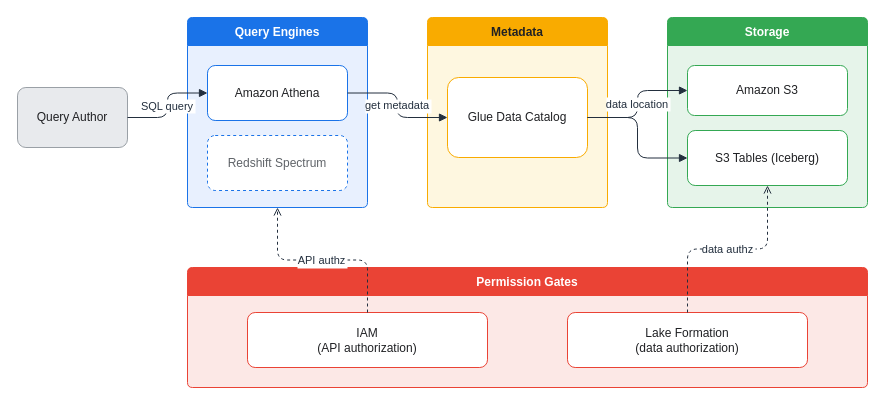
The draw.io diagram assets/img/aws/analytics-stack-04-overview.drawio in KKamJi98/kkamji98.github.io, before the edit. Source tidied: cells renumbered, new cells numbered last; positions are measured from the earlier drawing's top-left corner, leaving out a move shared by most shapes. Both pictures are drawn from the tidied source at 100%, with x=0, y=0 at pixel (17, 17).
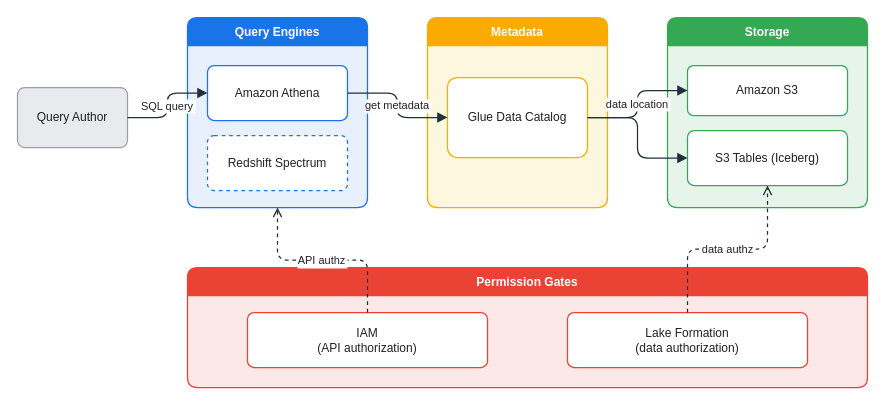
Above is the later version.

The edit, as a diff of the source:
```diff
@@
-<mxGraphModel>
+<mxGraphModel background="#FFFFFF">
   <root>
     <mxCell id="0" />
     <mxCell id="1" parent="0" />
-    <mxCell id="2" value="Query Author" style="rounded=1;whiteSpace=wrap;html=0;arcSize=14;shadow=0;fillColor=#E8EAED;strokeColor=#9AA0A6;fontColor=#202124;" parent="1" vertex="1">
+    <mxCell id="2" value="Query Author" style="rounded=1;whiteSpace=wrap;html=0;arcSize=12;shadow=0;fillColor=#E8EAED;strokeColor=#9AA0A6;fontColor=#202124;strokeWidth=1.25;" parent="1" vertex="1">
       <mxGeometry y="70" width="110" height="60" as="geometry" />
     </mxCell>
-    <mxCell id="3" value="Query Engines" style="swimlane;rounded=1;arcSize=6;html=0;fillColor=#1A73E8;fontColor=#FFFFFF;swimlaneFillColor=#E8F0FE;strokeColor=#1A73E8;startSize=28;shadow=0;fontStyle=1;" parent="1" vertex="1">
+    <mxCell id="3" value="Query Engines" style="swimlane;rounded=1;arcSize=12;html=0;fillColor=#1A73E8;fontColor=#FFFFFF;swimlaneFillColor=#E8F0FE;strokeColor=#1A73E8;startSize=28;shadow=0;fontStyle=1;strokeWidth=1.25;" parent="1" vertex="1">
       <mxGeometry x="170" width="180" height="190" as="geometry" />
     </mxCell>
-    <mxCell id="4" value="Amazon Athena" style="rounded=1;whiteSpace=wrap;html=0;arcSize=14;fillColor=#FFFFFF;strokeColor=#1A73E8;fontColor=#202124;" parent="3" vertex="1">
+    <mxCell id="4" value="Amazon Athena" style="rounded=1;whiteSpace=wrap;html=0;arcSize=12;fillColor=#FFFFFF;strokeColor=#1A73E8;fontColor=#202124;strokeWidth=1.25;" parent="3" vertex="1">
       <mxGeometry x="20" y="48" width="140" height="55" as="geometry" />
     </mxCell>
-    <mxCell id="5" value="Redshift Spectrum" style="rounded=1;whiteSpace=wrap;html=0;arcSize=14;fillColor=#FFFFFF;strokeColor=#1A73E8;fontColor=#5F6368;dashed=1;" parent="3" vertex="1">
+    <mxCell id="5" value="Redshift Spectrum" style="rounded=1;whiteSpace=wrap;html=0;arcSize=12;fillColor=#FFFFFF;strokeColor=#1A73E8;fontColor=#202124;dashed=1;strokeWidth=1.25;" parent="3" vertex="1">
       <mxGeometry x="20" y="118" width="140" height="55" as="geometry" />
     </mxCell>
-    <mxCell id="6" value="Metadata" style="swimlane;rounded=1;arcSize=6;html=0;fillColor=#F9AB00;fontColor=#202124;swimlaneFillColor=#FEF7E0;strokeColor=#F9AB00;startSize=28;shadow=0;fontStyle=1;" parent="1" vertex="1">
+    <mxCell id="6" value="Metadata" style="swimlane;rounded=1;arcSize=12;html=0;fillColor=#F9AB00;fontColor=#FFFFFF;swimlaneFillColor=#FEF7E0;strokeColor=#F9AB00;startSize=28;shadow=0;fontStyle=1;strokeWidth=1.25;" parent="1" vertex="1">
       <mxGeometry x="410" width="180" height="190" as="geometry" />
     </mxCell>
-    <mxCell id="7" value="Glue Data Catalog" style="rounded=1;whiteSpace=wrap;html=0;arcSize=14;fillColor=#FFFFFF;strokeColor=#F9AB00;fontColor=#202124;" parent="6" vertex="1">
+    <mxCell id="7" value="Glue Data Catalog" style="rounded=1;whiteSpace=wrap;html=0;arcSize=12;fillColor=#FFFFFF;strokeColor=#F9AB00;fontColor=#202124;strokeWidth=1.25;" parent="6" vertex="1">
       <mxGeometry x="20" y="60" width="140" height="80" as="geometry" />
     </mxCell>
-    <mxCell id="8" value="Storage" style="swimlane;rounded=1;arcSize=6;html=0;fillColor=#34A853;fontColor=#FFFFFF;swimlaneFillColor=#E6F4EA;strokeColor=#34A853;startSize=28;shadow=0;fontStyle=1;" parent="1" vertex="1">
+    <mxCell id="8" value="Storage" style="swimlane;rounded=1;arcSize=12;html=0;fillColor=#34A853;fontColor=#FFFFFF;swimlaneFillColor=#E6F4EA;strokeColor=#34A853;startSize=28;shadow=0;fontStyle=1;strokeWidth=1.25;" parent="1" vertex="1">
       <mxGeometry x="650" width="200" height="190" as="geometry" />
     </mxCell>
-    <mxCell id="9" value="Amazon S3" style="rounded=1;whiteSpace=wrap;html=0;arcSize=14;fillColor=#FFFFFF;strokeColor=#34A853;fontColor=#202124;" parent="8" vertex="1">
+    <mxCell id="9" value="Amazon S3" style="rounded=1;whiteSpace=wrap;html=0;arcSize=12;fillColor=#FFFFFF;strokeColor=#34A853;fontColor=#202124;strokeWidth=1.25;" parent="8" vertex="1">
       <mxGeometry x="20" y="48" width="160" height="50" as="geometry" />
     </mxCell>
-    <mxCell id="10" value="S3 Tables (Iceberg)" style="rounded=1;whiteSpace=wrap;html=0;arcSize=14;fillColor=#FFFFFF;strokeColor=#34A853;fontColor=#202124;" parent="8" vertex="1">
+    <mxCell id="10" value="S3 Tables (Iceberg)" style="rounded=1;whiteSpace=wrap;html=0;arcSize=12;fillColor=#FFFFFF;strokeColor=#34A853;fontColor=#202124;strokeWidth=1.25;" parent="8" vertex="1">
       <mxGeometry x="20" y="113" width="160" height="55" as="geometry" />
     </mxCell>
-    <mxCell id="11" value="Permission Gates" style="swimlane;rounded=1;arcSize=6;html=0;fillColor=#EA4335;fontColor=#FFFFFF;swimlaneFillColor=#FCE8E6;strokeColor=#EA4335;startSize=28;shadow=0;fontStyle=1;" parent="1" vertex="1">
+    <mxCell id="11" value="Permission Gates" style="swimlane;rounded=1;arcSize=12;html=0;fillColor=#EA4335;fontColor=#FFFFFF;swimlaneFillColor=#FCE8E6;strokeColor=#EA4335;startSize=28;shadow=0;fontStyle=1;strokeWidth=1.25;" parent="1" vertex="1">
       <mxGeometry x="170" y="250" width="680" height="120" as="geometry" />
     </mxCell>
-    <mxCell id="12" value="IAM&#10;(API authorization)" style="rounded=1;whiteSpace=wrap;html=0;arcSize=14;fillColor=#FFFFFF;strokeColor=#EA4335;fontColor=#202124;" parent="11" vertex="1">
+    <mxCell id="12" value="IAM&#10;(API authorization)" style="rounded=1;whiteSpace=wrap;html=0;arcSize=12;fillColor=#FFFFFF;strokeColor=#EA4335;fontColor=#202124;strokeWidth=1.25;" parent="11" vertex="1">
       <mxGeometry x="60" y="45" width="240" height="55" as="geometry" />
     </mxCell>
-    <mxCell id="13" value="Lake Formation&#10;(data authorization)" style="rounded=1;whiteSpace=wrap;html=0;arcSize=14;fillColor=#FFFFFF;strokeColor=#EA4335;fontColor=#202124;" parent="11" vertex="1">
+    <mxCell id="13" value="Lake Formation&#10;(data authorization)" style="rounded=1;whiteSpace=wrap;html=0;arcSize=12;fillColor=#FFFFFF;strokeColor=#EA4335;fontColor=#202124;strokeWidth=1.25;" parent="11" vertex="1">
       <mxGeometry x="380" y="45" width="240" height="55" as="geometry" />
     </mxCell>
-    <mxCell id="14" value="SQL query" style="edgeStyle=orthogonalEdgeStyle;rounded=1;html=0;fontColor=#232F3E;strokeColor=#232F3E;labelBackgroundColor=#FFFFFF;endArrow=block;" parent="1" edge="1" source="2" target="4">
+    <mxCell id="14" value="SQL query" style="edgeStyle=orthogonalEdgeStyle;rounded=1;html=0;fontColor=#202124;strokeColor=#232F3E;labelBackgroundColor=#FFFFFF;endArrow=block;strokeWidth=1.25;endSize=7;" parent="1" edge="1" source="2" target="4">
       <mxGeometry relative="1" as="geometry" />
     </mxCell>
-    <mxCell id="15" value="get metadata" style="edgeStyle=orthogonalEdgeStyle;rounded=1;html=0;fontColor=#232F3E;strokeColor=#232F3E;labelBackgroundColor=#FFFFFF;endArrow=block;" parent="1" edge="1" source="4" target="7">
+    <mxCell id="15" value="get metadata" style="edgeStyle=orthogonalEdgeStyle;rounded=1;html=0;fontColor=#202124;strokeColor=#232F3E;labelBackgroundColor=#FFFFFF;endArrow=block;strokeWidth=1.25;endSize=7;" parent="1" edge="1" source="4" target="7">
       <mxGeometry relative="1" as="geometry" />
     </mxCell>
-    <mxCell id="16" value="data location" style="edgeStyle=orthogonalEdgeStyle;rounded=1;html=0;fontColor=#232F3E;strokeColor=#232F3E;labelBackgroundColor=#FFFFFF;endArrow=block;" parent="1" edge="1" source="7" target="9">
+    <mxCell id="16" value="data location" style="edgeStyle=orthogonalEdgeStyle;rounded=1;html=0;fontColor=#202124;strokeColor=#232F3E;labelBackgroundColor=#FFFFFF;endArrow=block;strokeWidth=1.25;endSize=7;" parent="1" edge="1" source="7" target="9">
       <mxGeometry relative="1" as="geometry" />
     </mxCell>
-    <mxCell id="17" style="edgeStyle=orthogonalEdgeStyle;rounded=1;html=0;fontColor=#232F3E;strokeColor=#232F3E;endArrow=block;" parent="1" edge="1" source="7" target="10">
+    <mxCell id="17" style="edgeStyle=orthogonalEdgeStyle;rounded=1;html=0;fontColor=#202124;strokeColor=#232F3E;endArrow=block;strokeWidth=1.25;endSize=7;" parent="1" edge="1" source="7" target="10">
       <mxGeometry relative="1" as="geometry" />
     </mxCell>
-    <mxCell id="18" value="API authz" style="edgeStyle=orthogonalEdgeStyle;rounded=1;html=0;dashed=1;fontColor=#232F3E;strokeColor=#232F3E;labelBackgroundColor=#FFFFFF;endArrow=open;" parent="1" edge="1" source="12" target="3">
+    <mxCell id="18" value="API authz" style="edgeStyle=orthogonalEdgeStyle;rounded=1;html=0;dashed=1;fontColor=#202124;strokeColor=#232F3E;labelBackgroundColor=#FFFFFF;endArrow=open;strokeWidth=1.25;endSize=7;" parent="1" edge="1" source="12" target="3">
       <mxGeometry relative="1" as="geometry" />
     </mxCell>
-    <mxCell id="19" value="data authz" style="edgeStyle=orthogonalEdgeStyle;rounded=1;html=0;dashed=1;fontColor=#232F3E;strokeColor=#232F3E;labelBackgroundColor=#FFFFFF;endArrow=open;" parent="1" edge="1" source="13" target="10">
+    <mxCell id="19" value="data authz" style="edgeStyle=orthogonalEdgeStyle;rounded=1;html=0;dashed=1;fontColor=#202124;strokeColor=#232F3E;labelBackgroundColor=#FFFFFF;endArrow=open;strokeWidth=1.25;endSize=7;" parent="1" edge="1" source="13" target="10">
       <mxGeometry relative="1" as="geometry" />
     </mxCell>
   </root>
 </mxGraphModel>
```
